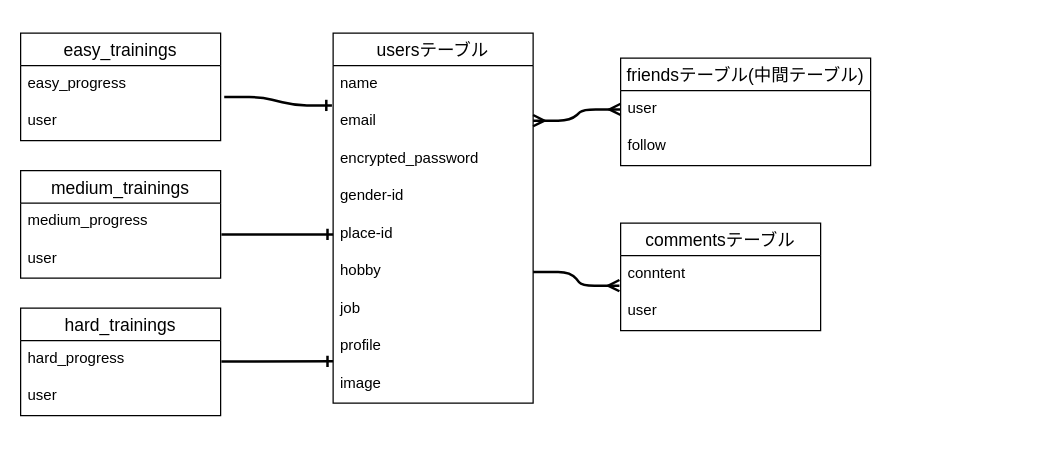
Earlier version of the draw.io diagram ER_zu.dio (daicheez/kotopark). Source tidied: cells renumbered, new cells numbered last; positions are measured from the earlier drawing's top-left corner, leaving out a move shared by most shapes. Both pictures are drawn from the tidied source at 125%, with x=0, y=0 at pixel (20, 32).
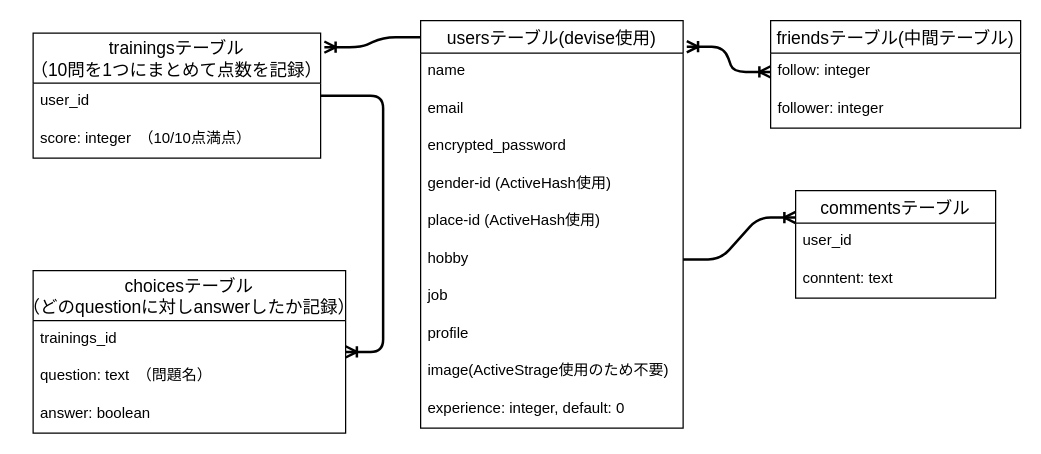
After the change.

The edit, as a diff of the source:
```diff
@@
-    <mxCell id="2" value="usersテーブル" style="swimlane;fontStyle=0;horizontal=1;startSize=26;align=center;fontSize=14;" parent="1" vertex="1">
-      <mxGeometry x="250" width="160" height="296" as="geometry" />
+    <mxCell id="2" value="usersテーブル(devise使用)" style="swimlane;fontStyle=0;horizontal=1;startSize=26;align=center;fontSize=14;" parent="1" vertex="1">
+      <mxGeometry x="320" y="-10" width="210" height="326" as="geometry" />
     </mxCell>
     <mxCell id="3" value="name" style="text;strokeColor=none;fillColor=none;spacingLeft=4;spacingRight=4;overflow=hidden;points=[[0,0.5],[1,0.5]];portConstraint=eastwest;fontSize=12;" parent="2" vertex="1">
-      <mxGeometry y="26" width="160" height="30" as="geometry" />
+      <mxGeometry y="26" width="210" height="30" as="geometry" />
     </mxCell>
     <mxCell id="4" value="email" style="text;strokeColor=none;fillColor=none;spacingLeft=4;spacingRight=4;overflow=hidden;fontSize=12;" parent="2" vertex="1">
-      <mxGeometry y="56" width="160" height="30" as="geometry" />
+      <mxGeometry y="56" width="210" height="30" as="geometry" />
     </mxCell>
     <mxCell id="5" value="encrypted_password" style="text;strokeColor=none;fillColor=none;spacingLeft=4;spacingRight=4;overflow=hidden;fontSize=12;" parent="2" vertex="1">
-      <mxGeometry y="86" width="160" height="30" as="geometry" />
+      <mxGeometry y="86" width="210" height="30" as="geometry" />
     </mxCell>
-    <mxCell id="6" value="gender-id" style="text;strokeColor=none;fillColor=none;spacingLeft=4;spacingRight=4;overflow=hidden;fontSize=12;" parent="2" vertex="1">
-      <mxGeometry y="116" width="160" height="30" as="geometry" />
+    <mxCell id="6" value="gender-id (ActiveHash使用)" style="text;strokeColor=none;fillColor=none;spacingLeft=4;spacingRight=4;overflow=hidden;fontSize=12;" parent="2" vertex="1">
+      <mxGeometry y="116" width="210" height="30" as="geometry" />
     </mxCell>
-    <mxCell id="7" value="place-id" style="text;strokeColor=none;fillColor=none;spacingLeft=4;spacingRight=4;overflow=hidden;points=[[0,0.5],[1,0.5]];portConstraint=eastwest;fontSize=12;" parent="2" vertex="1">
-      <mxGeometry y="146" width="160" height="30" as="geometry" />
+    <mxCell id="7" value="place-id (ActiveHash使用)" style="text;strokeColor=none;fillColor=none;spacingLeft=4;spacingRight=4;overflow=hidden;points=[[0,0.5],[1,0.5]];portConstraint=eastwest;fontSize=12;" parent="2" vertex="1">
+      <mxGeometry y="146" width="210" height="30" as="geometry" />
     </mxCell>
     <mxCell id="8" value="hobby" style="text;strokeColor=none;fillColor=none;spacingLeft=4;spacingRight=4;overflow=hidden;points=[[0,0.5],[1,0.5]];portConstraint=eastwest;fontSize=12;" parent="2" vertex="1">
-      <mxGeometry y="176" width="160" height="30" as="geometry" />
+      <mxGeometry y="176" width="210" height="30" as="geometry" />
     </mxCell>
     <mxCell id="9" value="job" style="text;strokeColor=none;fillColor=none;spacingLeft=4;spacingRight=4;overflow=hidden;fontSize=12;" parent="2" vertex="1">
-      <mxGeometry y="206" width="160" height="30" as="geometry" />
+      <mxGeometry y="206" width="210" height="30" as="geometry" />
     </mxCell>
     <mxCell id="10" value="profile" style="text;strokeColor=none;fillColor=none;spacingLeft=4;spacingRight=4;overflow=hidden;fontSize=12;" parent="2" vertex="1">
-      <mxGeometry y="236" width="160" height="30" as="geometry" />
+      <mxGeometry y="236" width="210" height="30" as="geometry" />
     </mxCell>
-    <mxCell id="11" value="image" style="text;strokeColor=none;fillColor=none;spacingLeft=4;spacingRight=4;overflow=hidden;fontSize=12;" parent="2" vertex="1">
-      <mxGeometry y="266" width="160" height="30" as="geometry" />
+    <mxCell id="11" value="image(ActiveStrage使用のため不要)" style="text;strokeColor=none;fillColor=none;spacingLeft=4;spacingRight=4;overflow=hidden;fontSize=12;" parent="2" vertex="1">
+      <mxGeometry y="266" width="210" height="30" as="geometry" />
     </mxCell>
+    <mxCell id="32" value="experience: integer, default: 0" style="text;strokeColor=none;fillColor=none;spacingLeft=4;spacingRight=4;overflow=hidden;fontSize=12;" parent="2" vertex="1">
+      <mxGeometry y="296" width="210" height="30" as="geometry" />
+    </mxCell>
-    <mxCell id="12" value="easy_trainings" style="swimlane;fontStyle=0;horizontal=1;startSize=26;align=center;fontSize=14;" parent="1" vertex="1">
-      <mxGeometry width="160" height="86" as="geometry" />
+    <mxCell id="12" value="trainingsテーブル&#10;（10問を1つにまとめて点数を記録）" style="swimlane;fontStyle=0;horizontal=1;startSize=40;align=center;fontSize=14;" parent="1" vertex="1">
+      <mxGeometry x="10" width="230" height="100" as="geometry" />
     </mxCell>
-    <mxCell id="13" value="easy_progress" style="text;strokeColor=none;fillColor=none;spacingLeft=4;spacingRight=4;overflow=hidden;points=[[0,0.5],[1,0.5]];portConstraint=eastwest;fontSize=12;" parent="12" vertex="1">
-      <mxGeometry y="26" width="160" height="30" as="geometry" />
-    </mxCell>
-    <mxCell id="14" value="user" style="text;strokeColor=none;fillColor=none;spacingLeft=4;spacingRight=4;overflow=hidden;fontSize=12;" parent="12" vertex="1">
-      <mxGeometry y="56" width="160" height="30" as="geometry" />
+    <mxCell id="14" value="user_id" style="text;strokeColor=none;fillColor=none;spacingLeft=4;spacingRight=4;overflow=hidden;fontSize=12;" parent="12" vertex="1">
+      <mxGeometry y="40" width="230" height="30" as="geometry" />
     </mxCell>
+    <mxCell id="33" value="score: integer　（10/10点満点）" style="text;strokeColor=none;fillColor=none;spacingLeft=4;spacingRight=4;overflow=hidden;fontSize=12;" parent="12" vertex="1">
+      <mxGeometry y="70" width="230" height="30" as="geometry" />
+    </mxCell>
     <mxCell id="15" value="friendsテーブル(中間テーブル)" style="swimlane;fontStyle=0;horizontal=1;startSize=26;align=center;fontSize=14;" parent="1" vertex="1">
-      <mxGeometry x="480" y="20" width="200" height="86" as="geometry" />
+      <mxGeometry x="600" y="-10" width="200" height="86" as="geometry" />
     </mxCell>
-    <mxCell id="16" value="user" style="text;strokeColor=none;fillColor=none;spacingLeft=4;spacingRight=4;overflow=hidden;points=[[0,0.5],[1,0.5]];portConstraint=eastwest;fontSize=12;" parent="15" vertex="1">
-      <mxGeometry y="26" width="200" height="30" as="geometry" />
-    </mxCell>
-    <mxCell id="17" value="follow" style="text;strokeColor=none;fillColor=none;spacingLeft=4;spacingRight=4;overflow=hidden;fontSize=12;" parent="15" vertex="1">
-      <mxGeometry y="56" width="200" height="30" as="geometry" />
+    <mxCell id="17" value="follow: integer" style="text;strokeColor=none;fillColor=none;spacingLeft=4;spacingRight=4;overflow=hidden;fontSize=12;" parent="15" vertex="1">
+      <mxGeometry y="26" width="200" height="30" as="geometry" />
     </mxCell>
+    <mxCell id="34" value="follower: integer" style="text;strokeColor=none;fillColor=none;spacingLeft=4;spacingRight=4;overflow=hidden;fontSize=12;" parent="15" vertex="1">
+      <mxGeometry y="56" width="200" height="30" as="geometry" />
+    </mxCell>
     <mxCell id="18" value="commentsテーブル" style="swimlane;fontStyle=0;horizontal=1;startSize=26;align=center;fontSize=14;" parent="1" vertex="1">
-      <mxGeometry x="480" y="152" width="160" height="86" as="geometry" />
+      <mxGeometry x="620" y="126" width="160" height="86" as="geometry" />
     </mxCell>
+    <mxCell id="20" value="user_id" style="text;strokeColor=none;fillColor=none;spacingLeft=4;spacingRight=4;overflow=hidden;fontSize=12;" parent="18" vertex="1">
+      <mxGeometry y="26" width="160" height="30" as="geometry" />
+    </mxCell>
-    <mxCell id="19" value="conntent" style="text;strokeColor=none;fillColor=none;spacingLeft=4;spacingRight=4;overflow=hidden;points=[[0,0.5],[1,0.5]];portConstraint=eastwest;fontSize=12;" parent="18" vertex="1">
-      <mxGeometry y="26" width="160" height="30" as="geometry" />
+    <mxCell id="19" value="conntent: text" style="text;strokeColor=none;fillColor=none;spacingLeft=4;spacingRight=4;overflow=hidden;points=[[0,0.5],[1,0.5]];portConstraint=eastwest;fontSize=12;" parent="18" vertex="1">
+      <mxGeometry y="56" width="160" height="30" as="geometry" />
     </mxCell>
-    <mxCell id="20" value="user" style="text;strokeColor=none;fillColor=none;spacingLeft=4;spacingRight=4;overflow=hidden;fontSize=12;" parent="18" vertex="1">
-      <mxGeometry y="56" width="160" height="30" as="geometry" />
-    </mxCell>
-    <mxCell id="21" style="edgeStyle=entityRelationEdgeStyle;fontSize=12;html=1;endArrow=ERmany;entryX=-0.006;entryY=0.8;entryDx=0;entryDy=0;strokeWidth=2;exitX=1;exitY=0.5;exitDx=0;exitDy=0;entryPerimeter=0;" parent="1" edge="1" source="8" target="19">
+    <mxCell id="21" style="edgeStyle=entityRelationEdgeStyle;fontSize=12;html=1;endArrow=ERoneToMany;entryX=0;entryY=0.25;entryDx=0;entryDy=0;strokeWidth=2;exitX=1;exitY=0.5;exitDx=0;exitDy=0;endFill=0;" parent="1" edge="1" source="8" target="18">
       <mxGeometry relative="1" as="geometry" />
     </mxCell>
-    <mxCell id="22" style="edgeStyle=entityRelationEdgeStyle;fontSize=12;html=1;endArrow=none;endFill=0;strokeWidth=2;startArrow=ERone;startFill=0;entryX=1.018;entryY=0.839;entryDx=0;entryDy=0;entryPerimeter=0;exitX=-0.006;exitY=1.061;exitDx=0;exitDy=0;exitPerimeter=0;" parent="1" edge="1" source="3" target="13">
-      <mxGeometry relative="1" as="geometry" />
-    </mxCell>
-    <mxCell id="23" style="edgeStyle=entityRelationEdgeStyle;fontSize=12;html=1;endArrow=ERmany;startArrow=ERmany;strokeWidth=2;entryX=0;entryY=0.5;entryDx=0;entryDy=0;" parent="1" edge="1" target="16">
+    <mxCell id="23" style="edgeStyle=entityRelationEdgeStyle;fontSize=12;html=1;endArrow=ERoneToMany;startArrow=ERoneToMany;strokeWidth=2;entryX=0;entryY=0.5;entryDx=0;entryDy=0;exitX=1.014;exitY=0.064;exitDx=0;exitDy=0;exitPerimeter=0;startFill=0;endFill=0;" parent="1" edge="1" source="2">
       <mxGeometry relative="1" as="geometry">
-        <mxPoint x="410" y="70" as="sourcePoint" />
+        <mxPoint x="600" y="31" as="targetPoint" />
       </mxGeometry>
     </mxCell>
-    <mxCell id="24" value="hard_trainings" style="swimlane;fontStyle=0;horizontal=1;startSize=26;align=center;fontSize=14;" parent="1" vertex="1">
-      <mxGeometry y="220" width="160" height="86" as="geometry" />
-    </mxCell>
-    <mxCell id="25" value="hard_progress" style="text;strokeColor=none;fillColor=none;spacingLeft=4;spacingRight=4;overflow=hidden;fontSize=12;" parent="24" vertex="1">
-      <mxGeometry y="26" width="160" height="30" as="geometry" />
-    </mxCell>
-    <mxCell id="26" value="user" style="text;strokeColor=none;fillColor=none;spacingLeft=4;spacingRight=4;overflow=hidden;fontSize=12;" parent="24" vertex="1">
-      <mxGeometry y="56" width="160" height="30" as="geometry" />
-    </mxCell>
-    <mxCell id="27" value="medium_trainings" style="swimlane;fontStyle=0;horizontal=1;startSize=26;align=center;fontSize=14;" parent="1" vertex="1">
-      <mxGeometry y="110" width="160" height="86" as="geometry" />
+    <mxCell id="27" value="choicesテーブル&#10;（どのquestionに対しanswerしたか記録）" style="swimlane;fontStyle=0;horizontal=1;startSize=40;align=center;fontSize=14;" parent="1" vertex="1">
+      <mxGeometry x="10" y="190" width="250" height="130" as="geometry" />
     </mxCell>
-    <mxCell id="28" value="medium_progress" style="text;strokeColor=none;fillColor=none;spacingLeft=4;spacingRight=4;overflow=hidden;points=[[0,0.5],[1,0.5]];portConstraint=eastwest;fontSize=12;" parent="27" vertex="1">
-      <mxGeometry y="26" width="160" height="30" as="geometry" />
+    <mxCell id="28" value="trainings_id" style="text;strokeColor=none;fillColor=none;spacingLeft=4;spacingRight=4;overflow=hidden;points=[[0,0.5],[1,0.5]];portConstraint=eastwest;fontSize=12;" parent="27" vertex="1">
+      <mxGeometry y="40" width="250" height="30" as="geometry" />
     </mxCell>
+    <mxCell id="35" value="question: text　（問題名）" style="text;strokeColor=none;fillColor=none;spacingLeft=4;spacingRight=4;overflow=hidden;fontSize=12;" parent="27" vertex="1">
+      <mxGeometry y="70" width="250" height="30" as="geometry" />
+    </mxCell>
-    <mxCell id="29" value="user" style="text;strokeColor=none;fillColor=none;spacingLeft=4;spacingRight=4;overflow=hidden;fontSize=12;" parent="27" vertex="1">
-      <mxGeometry y="56" width="160" height="30" as="geometry" />
+    <mxCell id="29" value="answer: boolean" style="text;strokeColor=none;fillColor=none;spacingLeft=4;spacingRight=4;overflow=hidden;fontSize=12;" parent="27" vertex="1">
+      <mxGeometry y="100" width="250" height="30" as="geometry" />
     </mxCell>
-    <mxCell id="30" style="endArrow=ERone;html=1;entryX=0;entryY=0.5;entryDx=0;entryDy=0;exitX=1.004;exitY=0.839;exitDx=0;exitDy=0;exitPerimeter=0;strokeWidth=2;endFill=0;" parent="1" edge="1" source="28" target="7">
-      <mxGeometry relative="1" as="geometry" />
-    </mxCell>
-    <mxCell id="31" style="endArrow=ERone;html=1;entryX=0;entryY=0.5;entryDx=0;entryDy=0;exitX=1.004;exitY=0.839;exitDx=0;exitDy=0;exitPerimeter=0;strokeWidth=2;endFill=0;" parent="1" edge="1">
-      <mxGeometry relative="1" as="geometry">
-        <mxPoint x="160.6" y="262.7" as="sourcePoint" />
-        <mxPoint x="250" y="262.5" as="targetPoint" />
-      </mxGeometry>
-    </mxCell>
+    <mxCell id="36" style="edgeStyle=entityRelationEdgeStyle;fontSize=12;html=1;endArrow=ERoneToMany;strokeWidth=2;entryX=1.013;entryY=0.112;entryDx=0;entryDy=0;exitX=0;exitY=0.041;exitDx=0;exitDy=0;exitPerimeter=0;entryPerimeter=0;" parent="1" edge="1" source="2" target="12">
+      <mxGeometry relative="1" as="geometry" />
+    </mxCell>
+    <mxCell id="37" style="edgeStyle=entityRelationEdgeStyle;fontSize=12;html=1;endArrow=ERoneToMany;strokeWidth=2;" parent="1" edge="1" source="12" target="27">
+      <mxGeometry relative="1" as="geometry" />
+    </mxCell>
```
